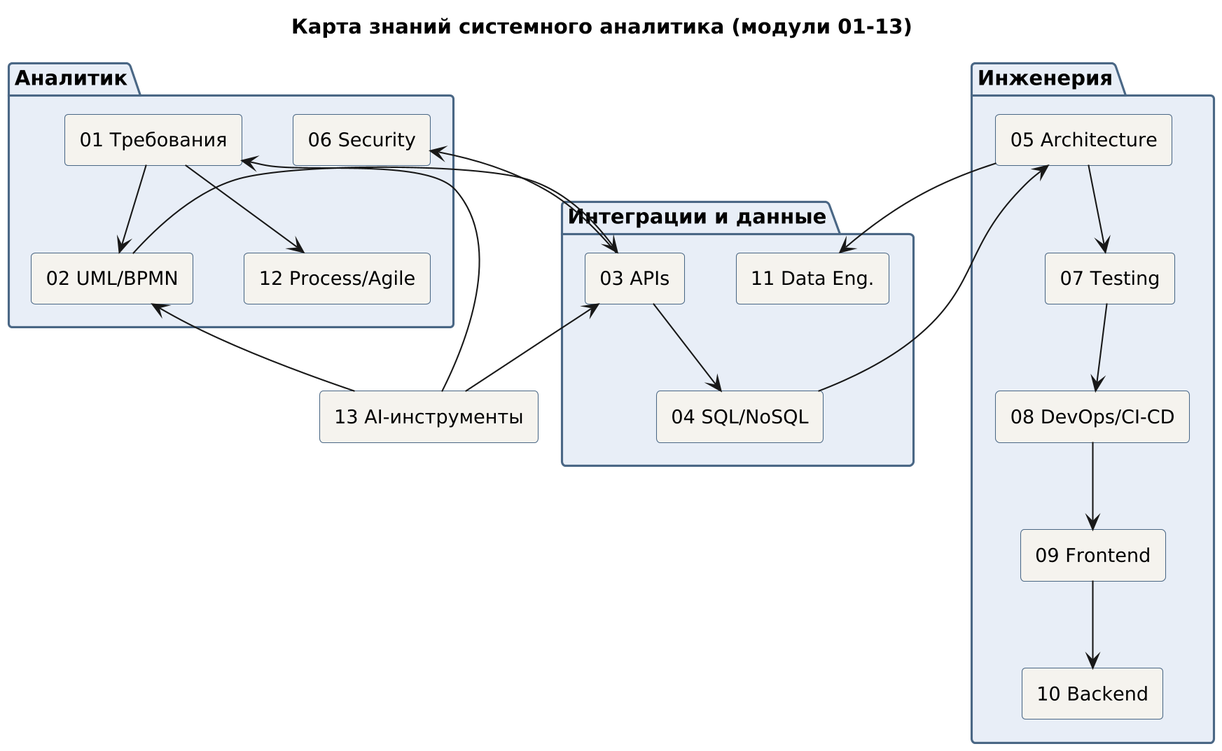
maedodo11/fullstack-system-analyst keeps this PlantUML diagram as images_fullstack/10_sa_knowledge_map.png. Above is the earlier version. Its source is kept beside it as puml_fullstack/10_sa_knowledge_map.puml.
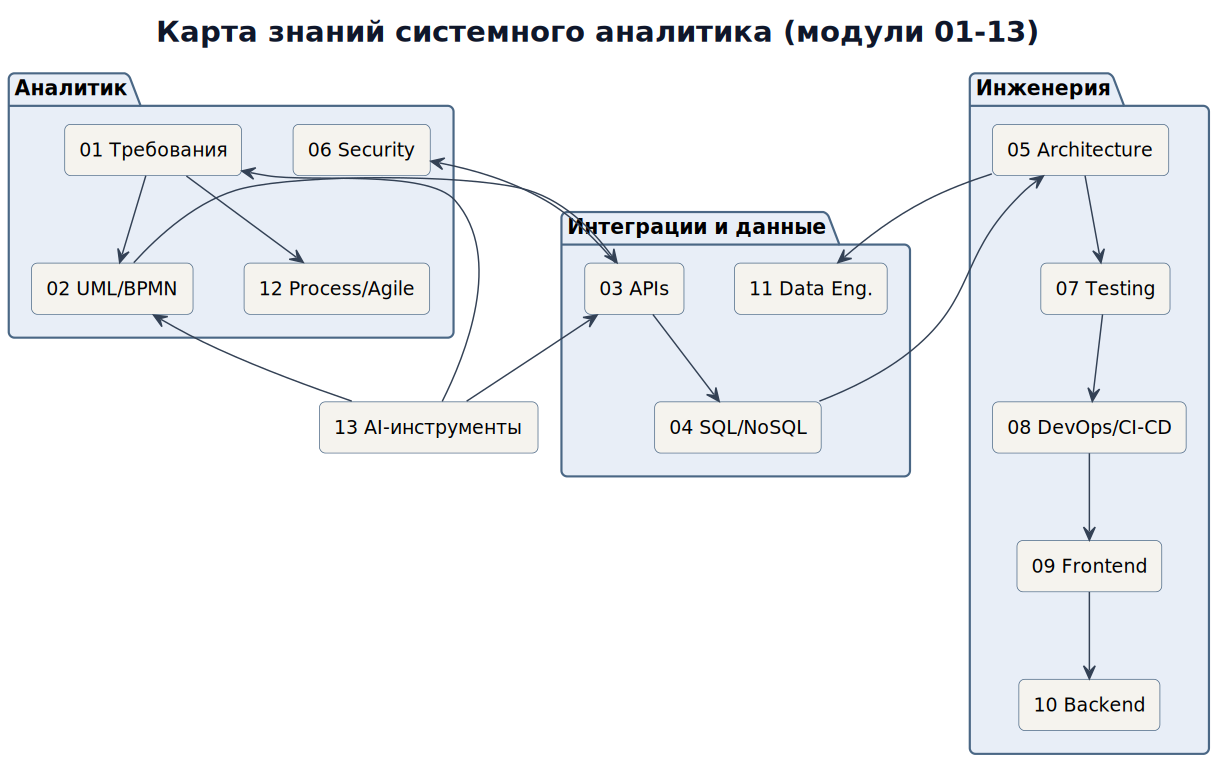
After the commit.

Diff of the diagram source:
```diff
@@ -1,7 +1,15 @@
-@startuml
-!pragma layout smetana
+@startuml 10_sa_knowledge_map
 skinparam defaultFontName "DejaVu Sans"
-skinparam dpi 200
+skinparam defaultFontSize 14
+skinparam backgroundColor #FFFFFF
+skinparam shadowing false
+skinparam roundcorner 8
+skinparam ArrowColor #334155
+skinparam titleFontColor #0F172A
+skinparam titleFontSize 20
+skinparam noteBackgroundColor #FFF7ED
+skinparam noteBorderColor #D97706
+skinparam dpi 140
 skinparam rectangle {
   BackgroundColor #F5F3EE
   BorderColor #4A6785
```
